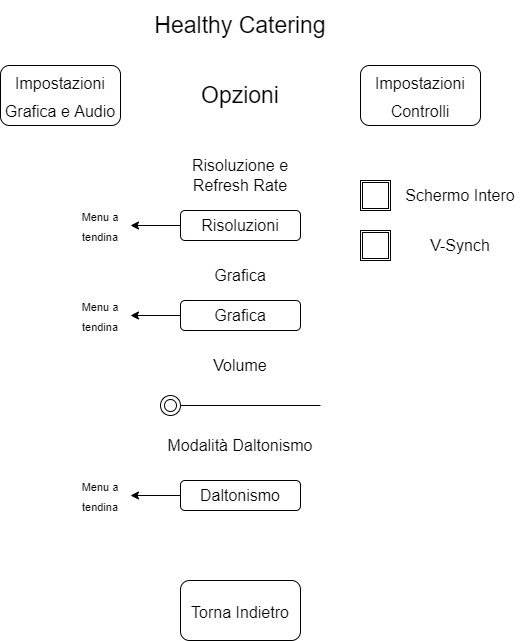
Earlier version of the draw.io export doc/img/MenuOpzioni(Grafica).png (zSavT/Healthy-Catering). Source tidied: cells renumbered, new cells last; positions are measured from the earlier drawing's top-left corner, leaving out a move shared by most shapes.
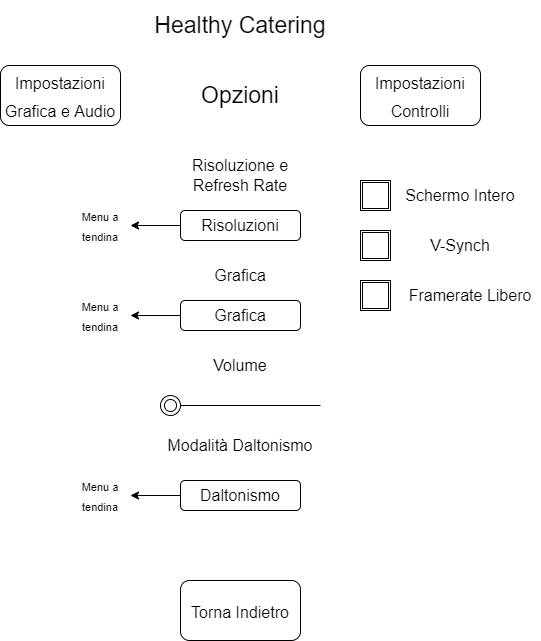
After the change.

Commit message:
modificato schema menu opzioni grafica

The edit, as a diff of the source:
```diff
@@ -74,5 +74,11 @@
     <mxCell id="25" value="&lt;font style=&quot;font-size: 16px&quot;&gt;Torna Indietro&lt;/font&gt;" style="rounded=1;whiteSpace=wrap;html=1;fontSize=23;" parent="1" vertex="1">
       <mxGeometry x="180" y="580" width="120" height="60" as="geometry" />
     </mxCell>
+    <mxCell id="26" style="shape=ext;double=1;whiteSpace=wrap;html=1;fontSize=16;" parent="1" vertex="1">
+      <mxGeometry x="360" y="280" width="30" height="30" as="geometry" />
+    </mxCell>
+    <mxCell id="27" value="Framerate Libero" style="text;html=1;strokeColor=none;fillColor=none;align=center;verticalAlign=middle;whiteSpace=wrap;rounded=0;fontSize=16;" parent="1" vertex="1">
+      <mxGeometry x="400" y="280" width="140" height="30" as="geometry" />
+    </mxCell>
   </root>
 </mxGraphModel>
```
